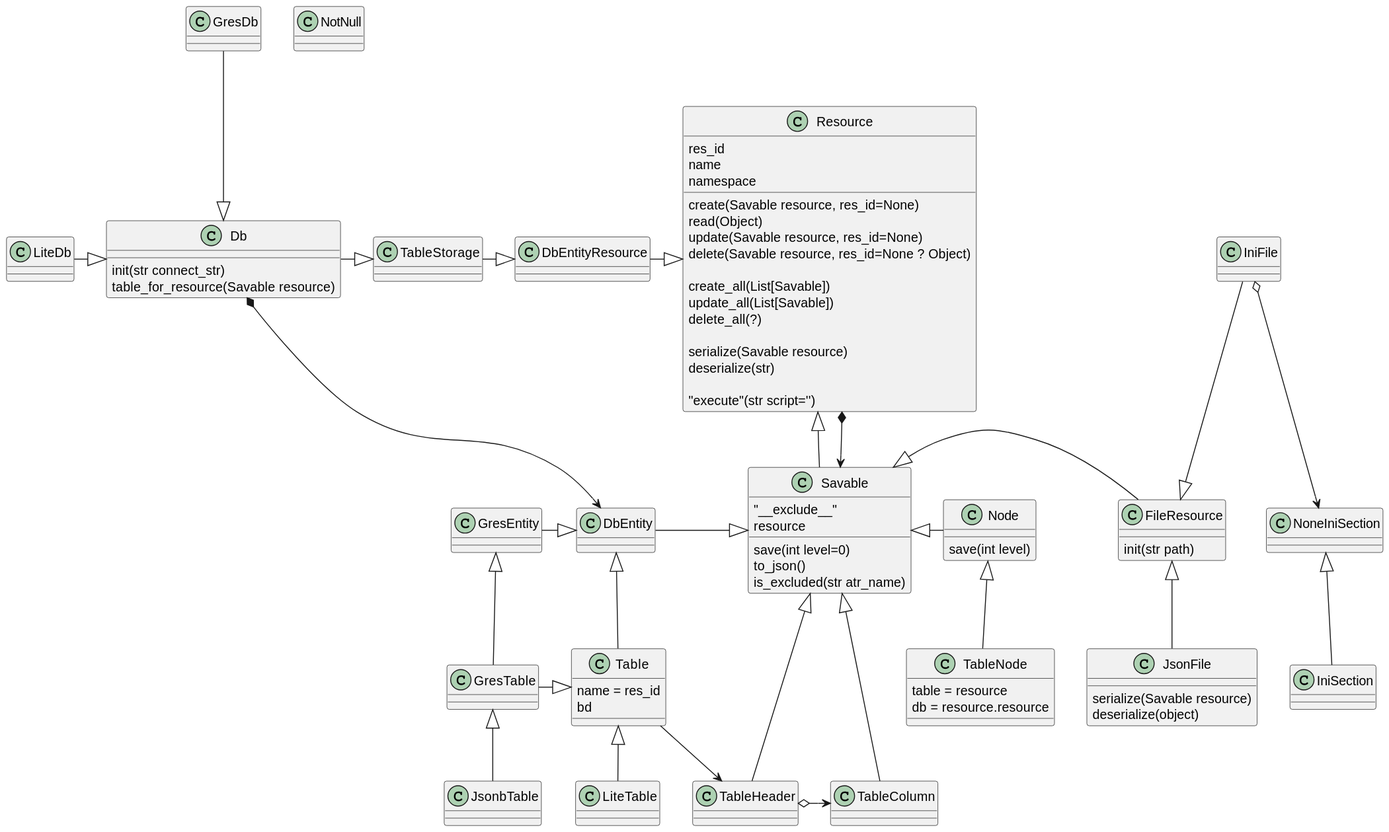
Before: out/uml/resource/resource.svg, a diagram exported from PlantUML (nagvalhm/epure).
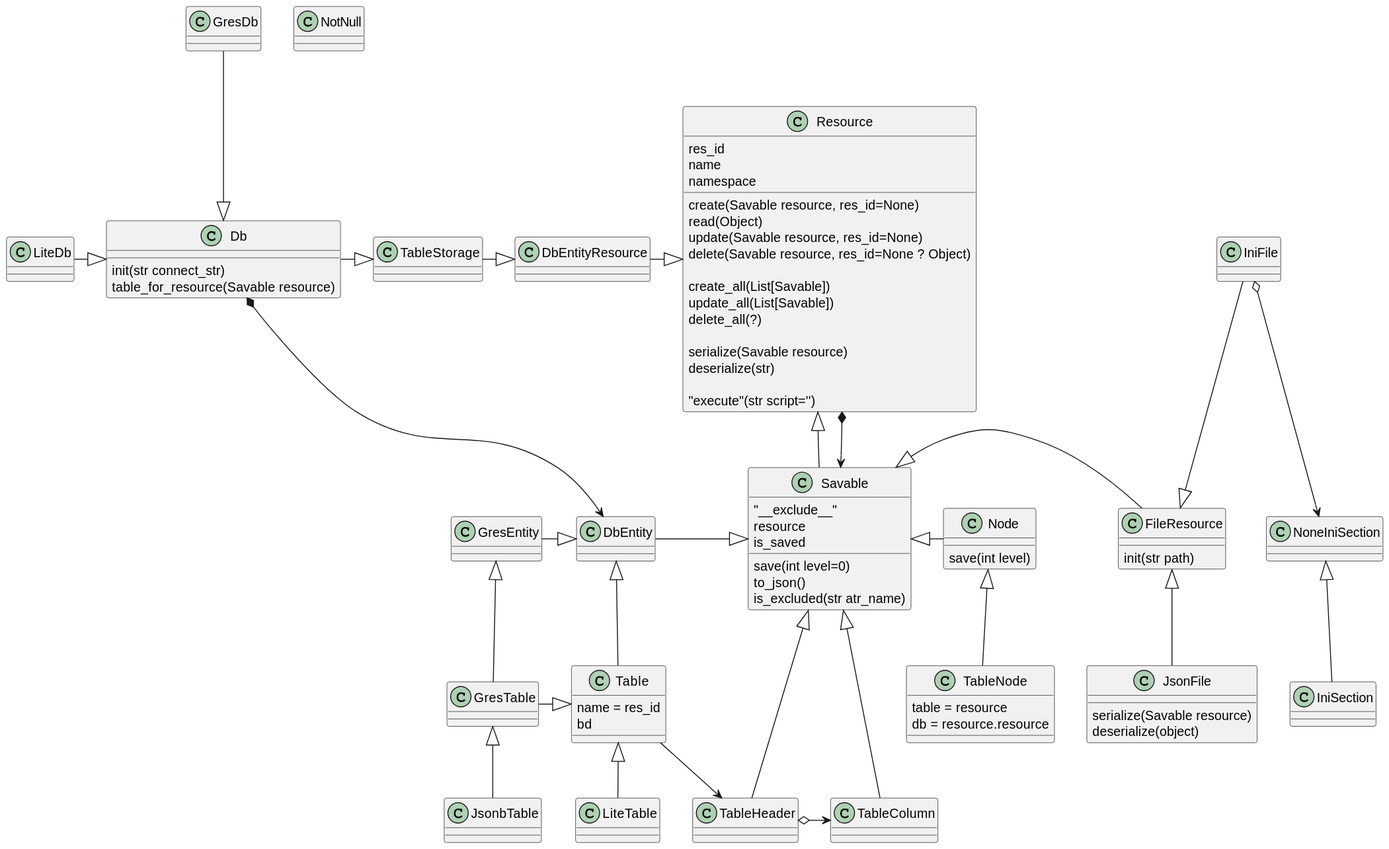
After the change.

What changed in the source:
```diff
@@ -33,6 +33,7 @@
 class Savable{
     "__exclude__"
     resource
+    is_saved
     save(int level=0)
     to_json()
     is_excluded(str atr_name)
```
